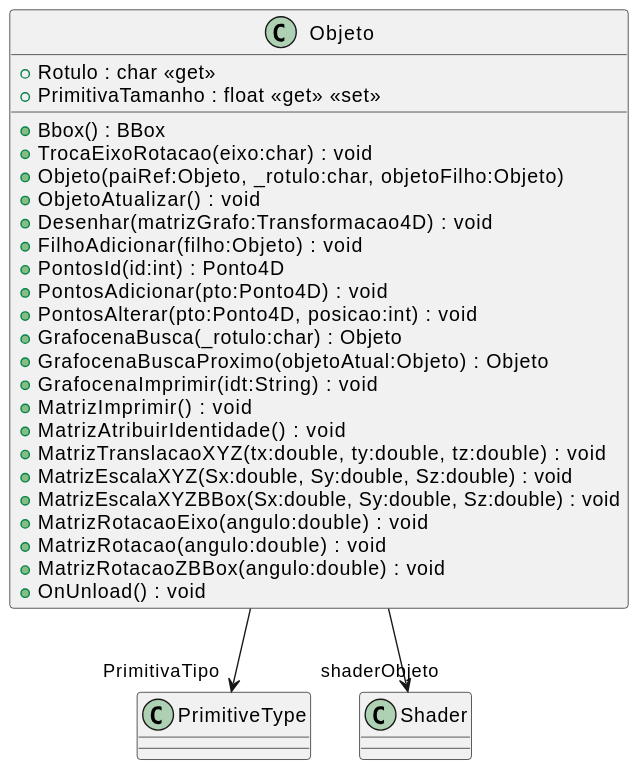
majutestoni/disciplina_CG_2025_1 keeps this PlantUML diagram as svg/Unidade3/CG_N3_Exemplo/plantuml/Objeto.svg. Above is the earlier version. Source of this version:
```plantuml
@startuml
class Objeto {
    + Rotulo : char <<get>>
    + PrimitivaTamanho : float <<get>> <<set>>
    + Bbox() : BBox
    + TrocaEixoRotacao(eixo:char) : void
    + Objeto(paiRef:Objeto, _rotulo:char, objetoFilho:Objeto)
    + ObjetoAtualizar() : void
    + Desenhar(matrizGrafo:Transformacao4D) : void
    + FilhoAdicionar(filho:Objeto) : void
    + PontosId(id:int) : Ponto4D
    + PontosAdicionar(pto:Ponto4D) : void
    + PontosAlterar(pto:Ponto4D, posicao:int) : void
    + GrafocenaBusca(_rotulo:char) : Objeto
    + GrafocenaBuscaProximo(objetoAtual:Objeto) : Objeto
    + GrafocenaImprimir(idt:String) : void
    + MatrizImprimir() : void
    + MatrizAtribuirIdentidade() : void
    + MatrizTranslacaoXYZ(tx:double, ty:double, tz:double) : void
    + MatrizEscalaXYZ(Sx:double, Sy:double, Sz:double) : void
    + MatrizEscalaXYZBBox(Sx:double, Sy:double, Sz:double) : void
    + MatrizRotacaoEixo(angulo:double) : void
    + MatrizRotacao(angulo:double) : void
    + MatrizRotacaoZBBox(angulo:double) : void
    + OnUnload() : void
}
Objeto --> "PrimitivaTipo" PrimitiveType
Objeto --> "shaderObjeto" Shader
@enduml
```
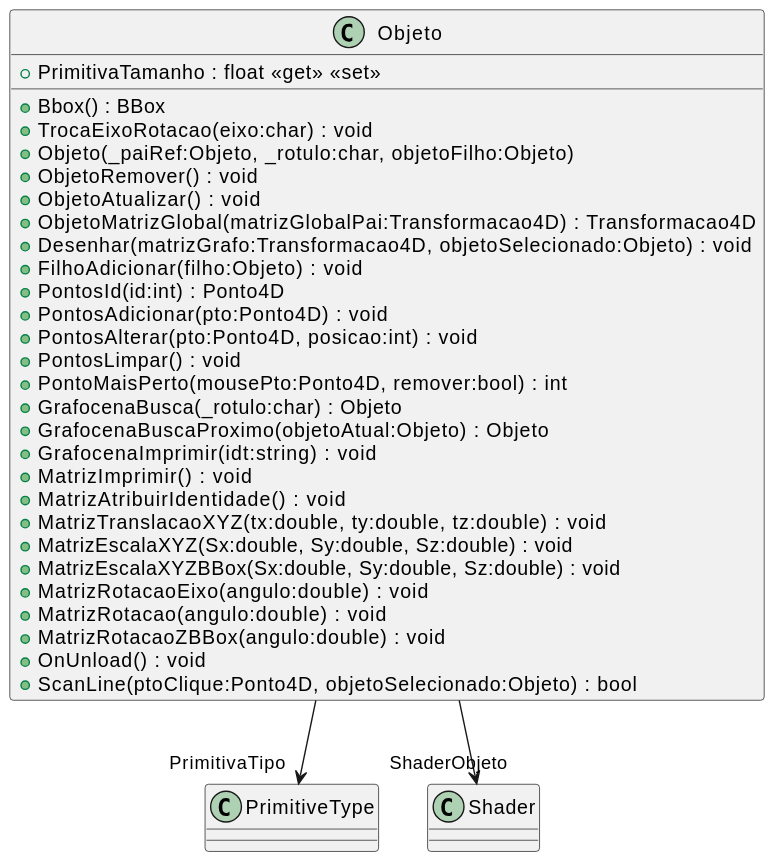
The same file after the commit.

The edit, as a diff of the source:
```diff
@@ -1,19 +1,22 @@
 @startuml
 class Objeto {
-    + Rotulo : char <<get>>
     + PrimitivaTamanho : float <<get>> <<set>>
     + Bbox() : BBox
     + TrocaEixoRotacao(eixo:char) : void
-    + Objeto(paiRef:Objeto, _rotulo:char, objetoFilho:Objeto)
+    + Objeto(_paiRef:Objeto, _rotulo:char, objetoFilho:Objeto)
+    + ObjetoRemover() : void
     + ObjetoAtualizar() : void
-    + Desenhar(matrizGrafo:Transformacao4D) : void
+    + ObjetoMatrizGlobal(matrizGlobalPai:Transformacao4D) : Transformacao4D
+    + Desenhar(matrizGrafo:Transformacao4D, objetoSelecionado:Objeto) : void
     + FilhoAdicionar(filho:Objeto) : void
     + PontosId(id:int) : Ponto4D
     + PontosAdicionar(pto:Ponto4D) : void
     + PontosAlterar(pto:Ponto4D, posicao:int) : void
+    + PontosLimpar() : void
+    + PontoMaisPerto(mousePto:Ponto4D, remover:bool) : int
     + GrafocenaBusca(_rotulo:char) : Objeto
     + GrafocenaBuscaProximo(objetoAtual:Objeto) : Objeto
-    + GrafocenaImprimir(idt:String) : void
+    + GrafocenaImprimir(idt:string) : void
     + MatrizImprimir() : void
     + MatrizAtribuirIdentidade() : void
     + MatrizTranslacaoXYZ(tx:double, ty:double, tz:double) : void
@@ -23,7 +26,8 @@
     + MatrizRotacao(angulo:double) : void
     + MatrizRotacaoZBBox(angulo:double) : void
     + OnUnload() : void
+    + ScanLine(ptoClique:Ponto4D, objetoSelecionado:Objeto) : bool
 }
 Objeto --> "PrimitivaTipo" PrimitiveType
-Objeto --> "shaderObjeto" Shader
+Objeto --> "ShaderObjeto" Shader
 @enduml
```
